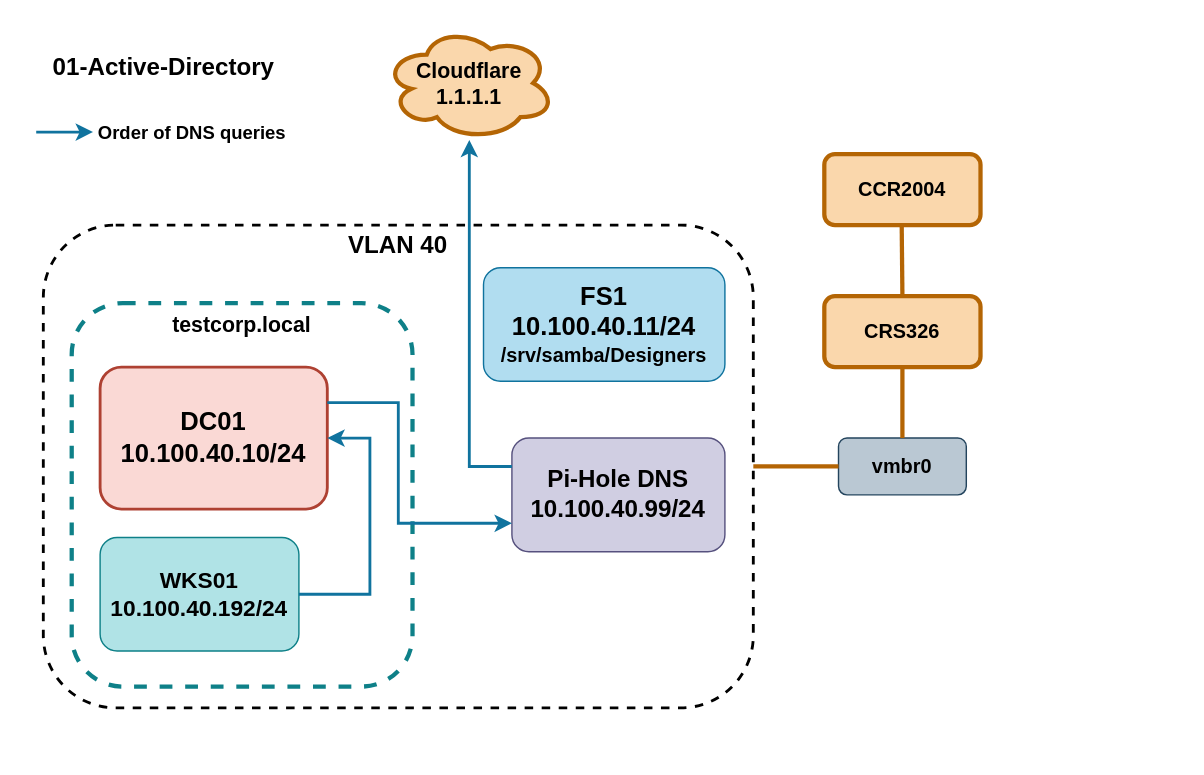
Andreansx/Networking-lab keeps this draw.io diagram as projects/01-ActiveDirectory-first-scenario/diagram.drawio. Above is the earlier version. Source tidied: cells renumbered, new cells numbered last; positions are measured from the earlier drawing's top-left corner, leaving out a move shared by most shapes. Both pictures are drawn from the tidied source at 142%, with x=0, y=0 at pixel (36, 26).
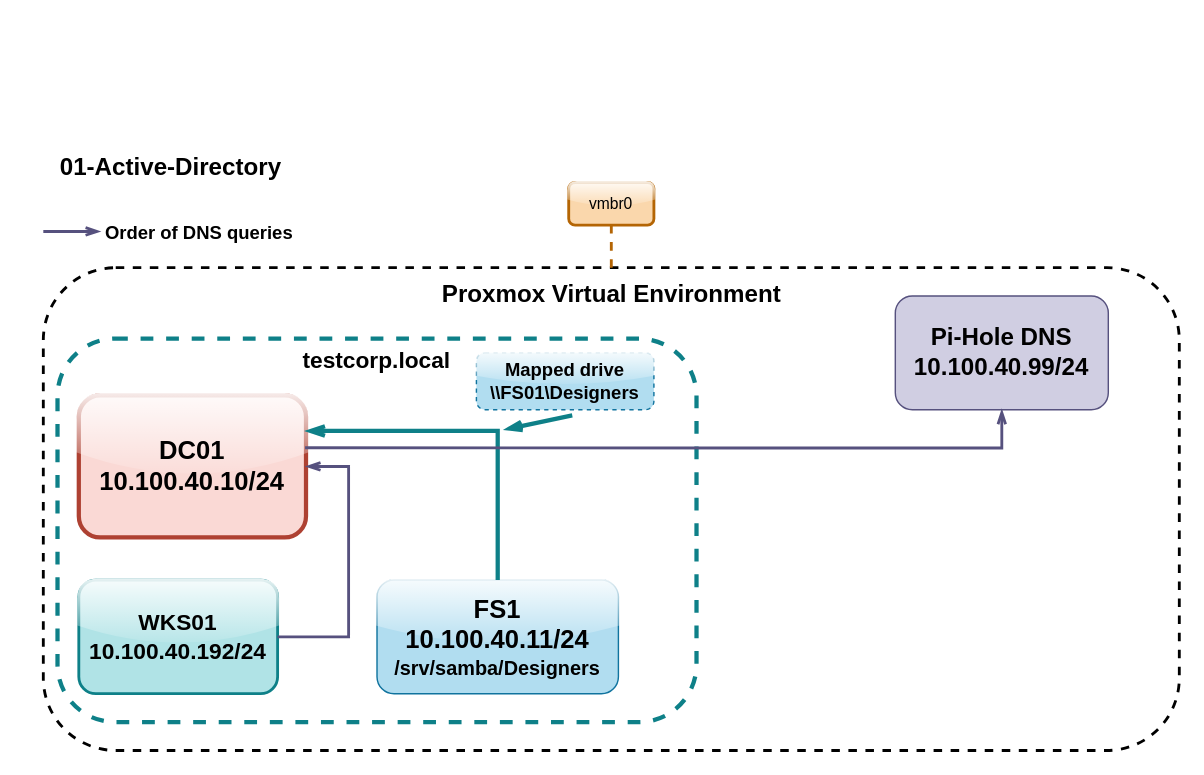
Above is the later version.

What changed in the source:
```diff
@@
+    <mxCell id="4" style="rounded=1;whiteSpace=wrap;html=1;fillColor=none;strokeColor=light-dark(#000000,#97D077);strokeWidth=2;dashed=1;" parent="1" vertex="1">
+      <mxGeometry x="5" y="170" width="800" height="340" as="geometry" />
+    </mxCell>
     <mxCell id="2" style="rounded=1;whiteSpace=wrap;html=1;fillColor=none;strokeColor=#0e8088;dashed=1;strokeWidth=3;" parent="1" vertex="1">
-      <mxGeometry x="25" y="195" width="240" height="270" as="geometry" />
+      <mxGeometry x="15" y="220" width="450" height="270" as="geometry" />
     </mxCell>
     <mxCell id="3" value="&lt;b&gt;&lt;font style=&quot;font-size: 17px;&quot;&gt;01-Active-Directory&lt;/font&gt;&lt;/b&gt;" style="text;html=1;align=center;verticalAlign=middle;whiteSpace=wrap;rounded=0;" parent="1" vertex="1">
-      <mxGeometry x="5" y="10" width="170" height="40" as="geometry" />
+      <mxGeometry x="10" y="80" width="170" height="40" as="geometry" />
     </mxCell>
-    <mxCell id="4" style="rounded=1;whiteSpace=wrap;html=1;fillColor=none;strokeColor=light-dark(#000000,#97D077);strokeWidth=2;dashed=1;" parent="1" vertex="1">
-      <mxGeometry x="5" y="140" width="500" height="340" as="geometry" />
-    </mxCell>
-    <mxCell id="5" value="&lt;div&gt;&lt;b&gt;&lt;font style=&quot;font-size: 17px;&quot;&gt;VLAN 40&lt;/font&gt;&lt;/b&gt;&lt;/div&gt;" style="text;html=1;align=center;verticalAlign=middle;whiteSpace=wrap;rounded=0;" parent="1" vertex="1">
-      <mxGeometry x="210" y="140" width="90" height="30" as="geometry" />
+    <mxCell id="5" value="&lt;b&gt;&lt;font style=&quot;font-size: 17px;&quot;&gt;Proxmox Virtual Environment&lt;/font&gt;&lt;/b&gt;" style="text;html=1;align=center;verticalAlign=middle;whiteSpace=wrap;rounded=1;fillColor=none;strokeColor=none;" parent="1" vertex="1">
+      <mxGeometry x="277.5" y="170" width="255" height="40" as="geometry" />
     </mxCell>
-    <mxCell id="6" value="&lt;div&gt;&lt;b&gt;&lt;font style=&quot;font-size: 18px;&quot;&gt;DC01&lt;/font&gt;&lt;/b&gt;&lt;/div&gt;&lt;div&gt;&lt;b&gt;&lt;font style=&quot;font-size: 18px;&quot;&gt;10.100.40.10/24&lt;/font&gt;&lt;/b&gt;&lt;/div&gt;" style="rounded=1;whiteSpace=wrap;html=1;fillColor=#fad9d5;strokeColor=#ae4132;strokeWidth=2;" parent="1" vertex="1">
-      <mxGeometry x="45" y="240" width="160" height="100" as="geometry" />
+    <mxCell id="6" value="&lt;div&gt;&lt;b&gt;&lt;font style=&quot;font-size: 18px;&quot;&gt;DC01&lt;/font&gt;&lt;/b&gt;&lt;/div&gt;&lt;div&gt;&lt;b&gt;&lt;font style=&quot;font-size: 18px;&quot;&gt;10.100.40.10/24&lt;/font&gt;&lt;/b&gt;&lt;/div&gt;" style="rounded=1;whiteSpace=wrap;html=1;fillColor=#fad9d5;strokeColor=#ae4132;strokeWidth=3;glass=1;" parent="1" vertex="1">
+      <mxGeometry x="30" y="260" width="160" height="100" as="geometry" />
     </mxCell>
-    <mxCell id="7" value="&lt;div&gt;&lt;b&gt;&lt;font style=&quot;font-size: 16px;&quot;&gt;WKS01&lt;/font&gt;&lt;/b&gt;&lt;/div&gt;&lt;div&gt;&lt;b&gt;&lt;font style=&quot;font-size: 16px;&quot;&gt;10.100.40.192/24&lt;/font&gt;&lt;/b&gt;&lt;/div&gt;" style="rounded=1;whiteSpace=wrap;html=1;fillColor=#b0e3e6;strokeColor=#0e8088;" parent="1" vertex="1">
-      <mxGeometry x="45" y="360" width="140" height="80" as="geometry" />
+    <mxCell id="7" value="&lt;div&gt;&lt;b&gt;&lt;font style=&quot;font-size: 16px;&quot;&gt;WKS01&lt;/font&gt;&lt;/b&gt;&lt;/div&gt;&lt;div&gt;&lt;b&gt;&lt;font style=&quot;font-size: 16px;&quot;&gt;10.100.40.192/24&lt;/font&gt;&lt;/b&gt;&lt;/div&gt;" style="rounded=1;whiteSpace=wrap;html=1;fillColor=#b0e3e6;strokeColor=#0e8088;glass=1;strokeWidth=2;" parent="1" vertex="1">
+      <mxGeometry x="30" y="390" width="140" height="80" as="geometry" />
     </mxCell>
-    <mxCell id="8" value="&lt;div&gt;&lt;b&gt;&lt;font style=&quot;font-size: 18px;&quot;&gt;FS1&lt;/font&gt;&lt;/b&gt;&lt;/div&gt;&lt;div&gt;&lt;b&gt;&lt;font style=&quot;font-size: 18px;&quot;&gt;10.100.40.11/24&lt;/font&gt;&lt;/b&gt;&lt;/div&gt;&lt;div&gt;&lt;font style=&quot;font-size: 14px;&quot;&gt;&lt;b&gt;/srv/samba/Designers&lt;/b&gt;&lt;/font&gt;&lt;/div&gt;" style="rounded=1;whiteSpace=wrap;html=1;fillColor=#b1ddf0;strokeColor=#10739e;" parent="1" vertex="1">
-      <mxGeometry x="315" y="170" width="170" height="80" as="geometry" />
+    <mxCell id="8" value="&lt;div&gt;&lt;b&gt;&lt;font style=&quot;font-size: 18px;&quot;&gt;FS1&lt;/font&gt;&lt;/b&gt;&lt;/div&gt;&lt;div&gt;&lt;b&gt;&lt;font style=&quot;font-size: 18px;&quot;&gt;10.100.40.11/24&lt;/font&gt;&lt;/b&gt;&lt;/div&gt;&lt;div&gt;&lt;font style=&quot;font-size: 14px;&quot;&gt;&lt;b&gt;/srv/samba/Designers&lt;/b&gt;&lt;/font&gt;&lt;/div&gt;" style="rounded=1;whiteSpace=wrap;html=1;fillColor=#b1ddf0;strokeColor=#10739e;glass=1;" parent="1" vertex="1">
+      <mxGeometry x="240" y="390" width="170" height="80" as="geometry" />
     </mxCell>
     <mxCell id="9" value="&lt;div&gt;&lt;font style=&quot;font-size: 17px;&quot;&gt;&lt;b&gt;&lt;font&gt;Pi-Hole DNS&lt;br&gt;&lt;/font&gt;&lt;/b&gt;&lt;/font&gt;&lt;/div&gt;&lt;div&gt;&lt;font style=&quot;font-size: 17px;&quot;&gt;&lt;b&gt;&lt;font&gt;10.100.40.99/24&lt;/font&gt;&lt;/b&gt;&lt;/font&gt;&lt;/div&gt;" style="rounded=1;whiteSpace=wrap;html=1;fillColor=#d0cee2;strokeColor=#56517e;" parent="1" vertex="1">
-      <mxGeometry x="335" y="290" width="150" height="80" as="geometry" />
+      <mxGeometry x="605" y="190" width="150" height="80" as="geometry" />
     </mxCell>
-    <mxCell id="10" style="endArrow=classic;html=1;rounded=0;exitX=1;exitY=0.5;exitDx=0;exitDy=0;entryX=1;entryY=0.5;entryDx=0;entryDy=0;fillColor=#b1ddf0;strokeColor=#10739e;strokeWidth=2;" parent="1" edge="1" source="7" target="6">
+    <mxCell id="10" style="endArrow=openThin;html=1;rounded=0;exitX=1;exitY=0.5;exitDx=0;exitDy=0;entryX=1;entryY=0.5;entryDx=0;entryDy=0;fillColor=#d0cee2;strokeColor=#56517e;strokeWidth=2;endFill=0;" parent="1" edge="1" source="7" target="6">
       <mxGeometry relative="1" as="geometry">
         <Array as="points">
-          <mxPoint x="235" y="400" />
-          <mxPoint x="235" y="290" />
+          <mxPoint x="220" y="430" />
+          <mxPoint x="220" y="310" />
         </Array>
       </mxGeometry>
     </mxCell>
-    <mxCell id="11" style="endArrow=classic;html=1;rounded=0;exitX=1;exitY=0.25;exitDx=0;exitDy=0;entryX=0;entryY=0.75;entryDx=0;entryDy=0;fillColor=#b1ddf0;strokeColor=#10739e;strokeWidth=2;" parent="1" edge="1" source="6" target="9">
-      <mxGeometry relative="1" as="geometry">
-        <Array as="points">
-          <mxPoint x="255" y="265" />
-          <mxPoint x="255" y="350" />
-        </Array>
-      </mxGeometry>
-    </mxCell>
-    <mxCell id="12" style="endArrow=classic;html=1;rounded=0;fillColor=#b1ddf0;strokeColor=#10739e;strokeWidth=2;exitX=0;exitY=0.25;exitDx=0;exitDy=0;" parent="1" edge="1" source="9">
-      <mxGeometry relative="1" as="geometry">
-        <mxPoint x="305" y="80" as="targetPoint" />
-        <Array as="points">
-          <mxPoint x="305" y="310" />
-        </Array>
-      </mxGeometry>
-    </mxCell>
-    <mxCell id="13" value="&lt;div&gt;&lt;font style=&quot;font-size: 15px;&quot;&gt;&lt;b&gt;Cloudflare&lt;/b&gt;&lt;/font&gt;&lt;/div&gt;&lt;div&gt;&lt;font style=&quot;font-size: 15px;&quot;&gt;&lt;b&gt;1.1.1.1&lt;/b&gt;&lt;/font&gt;&lt;/div&gt;" style="ellipse;shape=cloud;whiteSpace=wrap;html=1;fillColor=#fad7ac;strokeColor=#b46504;strokeWidth=3;" parent="1" vertex="1">
-      <mxGeometry x="245" width="120" height="80" as="geometry" />
-    </mxCell>
-    <mxCell id="14" style="endArrow=classic;html=1;rounded=0;fillColor=#b1ddf0;strokeColor=#10739e;strokeWidth=2;" parent="1" edge="1">
+    <mxCell id="14" style="endArrow=openThin;html=1;rounded=0;fillColor=#d0cee2;strokeColor=#56517e;strokeWidth=2;endFill=0;" parent="1" edge="1">
       <mxGeometry relative="1" as="geometry">
-        <mxPoint y="74.5" as="sourcePoint" />
-        <mxPoint x="40" y="74.5" as="targetPoint" />
+        <mxPoint x="5" y="144.5" as="sourcePoint" />
+        <mxPoint x="45" y="144.5" as="targetPoint" />
       </mxGeometry>
     </mxCell>
     <mxCell id="15" value="&lt;b&gt;&lt;font style=&quot;font-size: 13px;&quot;&gt;Order of DNS queries&lt;/font&gt;&lt;/b&gt;" style="text;html=1;align=center;verticalAlign=middle;whiteSpace=wrap;rounded=0;" parent="1" vertex="1">
-      <mxGeometry x="40" y="60" width="140" height="30" as="geometry" />
+      <mxGeometry x="45" y="130" width="140" height="30" as="geometry" />
     </mxCell>
-    <mxCell id="16" value="&lt;b style=&quot;color: light-dark(rgb(0, 0, 0), rgb(103, 171, 159));&quot;&gt;&lt;font style=&quot;font-size: 15px;&quot;&gt;testcorp.local&lt;/font&gt;&lt;/b&gt;" style="text;html=1;align=center;verticalAlign=middle;whiteSpace=wrap;rounded=0;fillColor=none;strokeColor=none;" parent="1" vertex="1">
-      <mxGeometry x="75" y="195" width="140" height="30" as="geometry" />
+    <mxCell id="16" value="&lt;font style=&quot;font-size: 16px;&quot;&gt;&lt;b style=&quot;color: light-dark(rgb(0, 0, 0), rgb(103, 171, 159));&quot;&gt;&lt;font&gt;testcorp.local&lt;/font&gt;&lt;/b&gt;&lt;/font&gt;" style="text;html=1;align=center;verticalAlign=middle;whiteSpace=wrap;rounded=0;fillColor=none;strokeColor=none;" parent="1" vertex="1">
+      <mxGeometry x="170" y="220" width="140" height="30" as="geometry" />
     </mxCell>
+    <mxCell id="23" style="endArrow=openThin;html=1;rounded=0;entryX=1;entryY=0.25;entryDx=0;entryDy=0;exitX=0.5;exitY=0;exitDx=0;exitDy=0;fillColor=#b0e3e6;strokeColor=#0e8088;endSize=7;strokeWidth=3;endFill=0;" parent="1" edge="1" source="8" target="6">
+      <mxGeometry relative="1" as="geometry">
+        <Array as="points">
+          <mxPoint x="325" y="285" />
+        </Array>
+      </mxGeometry>
+    </mxCell>
+    <mxCell id="24" value="&lt;div&gt;&lt;font style=&quot;font-size: 13px;&quot;&gt;&lt;b&gt;Mapped drive&lt;/b&gt;&lt;/font&gt;&lt;/div&gt;&lt;div&gt;&lt;font style=&quot;font-size: 13px;&quot;&gt;&lt;b&gt;\\FS01\Designers&lt;/b&gt;&lt;/font&gt;&lt;/div&gt;" style="text;html=1;align=center;verticalAlign=middle;whiteSpace=wrap;rounded=1;fillColor=#b1ddf0;strokeColor=#10739e;glass=1;dashed=1;" parent="1" vertex="1">
+      <mxGeometry x="310" y="230" width="125" height="40" as="geometry" />
+    </mxCell>
+    <mxCell id="25" style="endArrow=openThin;html=1;rounded=0;exitX=0.5;exitY=1;exitDx=0;exitDy=0;endFill=0;strokeWidth=3;endSize=6;startSize=6;fillColor=#b0e3e6;strokeColor=#0e8088;" parent="1" edge="1">
+      <mxGeometry relative="1" as="geometry">
+        <mxPoint x="377.5" y="274" as="sourcePoint" />
+        <mxPoint x="330" y="284" as="targetPoint" />
+      </mxGeometry>
+    </mxCell>
+    <mxCell id="11" style="endArrow=openThin;html=1;rounded=0;strokeColor=#56517e;align=center;verticalAlign=middle;fontFamily=Helvetica;fontSize=11;fontColor=default;labelBackgroundColor=default;exitX=0.996;exitY=0.368;exitDx=0;exitDy=0;exitPerimeter=0;entryX=0.5;entryY=1;entryDx=0;entryDy=0;fillColor=#d0cee2;strokeWidth=2;endFill=0;" parent="1" edge="1" source="6" target="9">
+      <mxGeometry relative="1" as="geometry">
+        <Array as="points">
+          <mxPoint x="505" y="297" />
+          <mxPoint x="680" y="297" />
+        </Array>
+      </mxGeometry>
+    </mxCell>
-    <mxCell id="17" value="&lt;b&gt;&lt;font style=&quot;font-size: 14px;&quot;&gt;vmbr0&lt;/font&gt;&lt;/b&gt;" style="rounded=1;whiteSpace=wrap;html=1;fillColor=#bac8d3;strokeColor=#23445d;" parent="1" vertex="1">
-      <mxGeometry x="565" y="290" width="90" height="40" as="geometry" />
+    <mxCell id="17" value="vmbr0" style="text;html=1;align=center;verticalAlign=middle;whiteSpace=wrap;rounded=1;fontFamily=Helvetica;fontSize=11;labelBackgroundColor=none;fillColor=#fad7ac;strokeColor=#b46504;glass=1;strokeWidth=2;" parent="1" vertex="1">
+      <mxGeometry x="375" y="110" width="60" height="30" as="geometry" />
     </mxCell>
-    <mxCell id="18" value="&lt;b&gt;&lt;font style=&quot;font-size: 14px;&quot;&gt;CRS326&lt;/font&gt;&lt;/b&gt;" style="rounded=1;whiteSpace=wrap;html=1;fillColor=#fad7ac;strokeColor=#b46504;strokeWidth=3;" parent="1" vertex="1">
-      <mxGeometry x="555" y="190" width="110" height="50" as="geometry" />
-    </mxCell>
-    <mxCell id="19" value="&lt;font style=&quot;font-size: 14px;&quot;&gt;&lt;b&gt;CCR2004&lt;/b&gt;&lt;/font&gt;" style="rounded=1;whiteSpace=wrap;html=1;fillColor=#fad7ac;strokeColor=#b46504;strokeWidth=3;" parent="1" vertex="1">
-      <mxGeometry x="555" y="90" width="110" height="50" as="geometry" />
-    </mxCell>
-    <mxCell id="20" style="endArrow=none;html=1;rounded=1;entryX=0;entryY=0.5;entryDx=0;entryDy=0;exitX=1;exitY=0.5;exitDx=0;exitDy=0;curved=0;strokeWidth=3;fillColor=#fad7ac;strokeColor=#b46504;" parent="1" edge="1" source="4" target="17">
+    <mxCell id="20" style="endArrow=none;html=1;rounded=0;strokeColor=#b46504;align=center;verticalAlign=middle;fontFamily=Helvetica;fontSize=11;fontColor=default;labelBackgroundColor=default;entryX=0.5;entryY=1;entryDx=0;entryDy=0;exitX=0.5;exitY=0;exitDx=0;exitDy=0;fillColor=#fad7ac;strokeWidth=2;dashed=1;" parent="1" edge="1" source="4" target="17">
       <mxGeometry relative="1" as="geometry" />
     </mxCell>
-    <mxCell id="21" style="endArrow=none;html=1;rounded=1;entryX=0.5;entryY=0;entryDx=0;entryDy=0;exitX=0.5;exitY=1;exitDx=0;exitDy=0;curved=0;strokeWidth=3;fillColor=#fad7ac;strokeColor=#b46504;" parent="1" edge="1" source="18" target="17">
-      <mxGeometry relative="1" as="geometry" />
-    </mxCell>
-    <mxCell id="22" style="endArrow=none;html=1;rounded=1;entryX=0.5;entryY=0;entryDx=0;entryDy=0;exitX=0.5;exitY=1;exitDx=0;exitDy=0;curved=0;strokeWidth=3;fillColor=#fad7ac;strokeColor=#b46504;" parent="1" edge="1" target="18">
-      <mxGeometry relative="1" as="geometry">
-        <mxPoint x="609.5" y="140" as="sourcePoint" />
-      </mxGeometry>
-    </mxCell>
```
